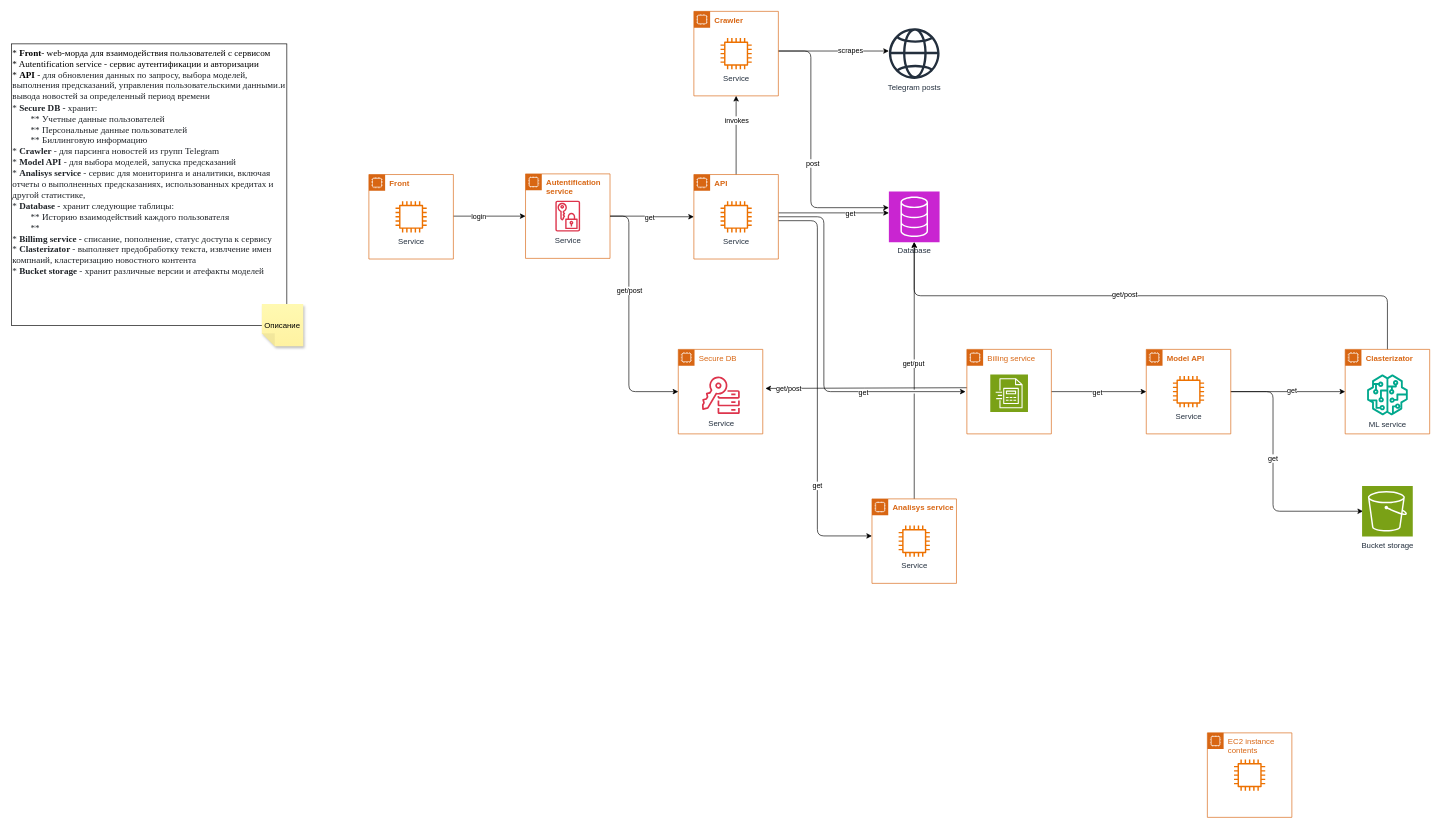
Before: docs/Architecture.drawio in datanalist/company-clasterization, a draw.io diagram. Source tidied: cells renumbered, new cells numbered last; positions are measured from the earlier drawing's top-left corner, leaving out a move shared by most shapes. Both pictures are drawn from the tidied source at 65%, with x=0, y=0 at pixel (11, 11).
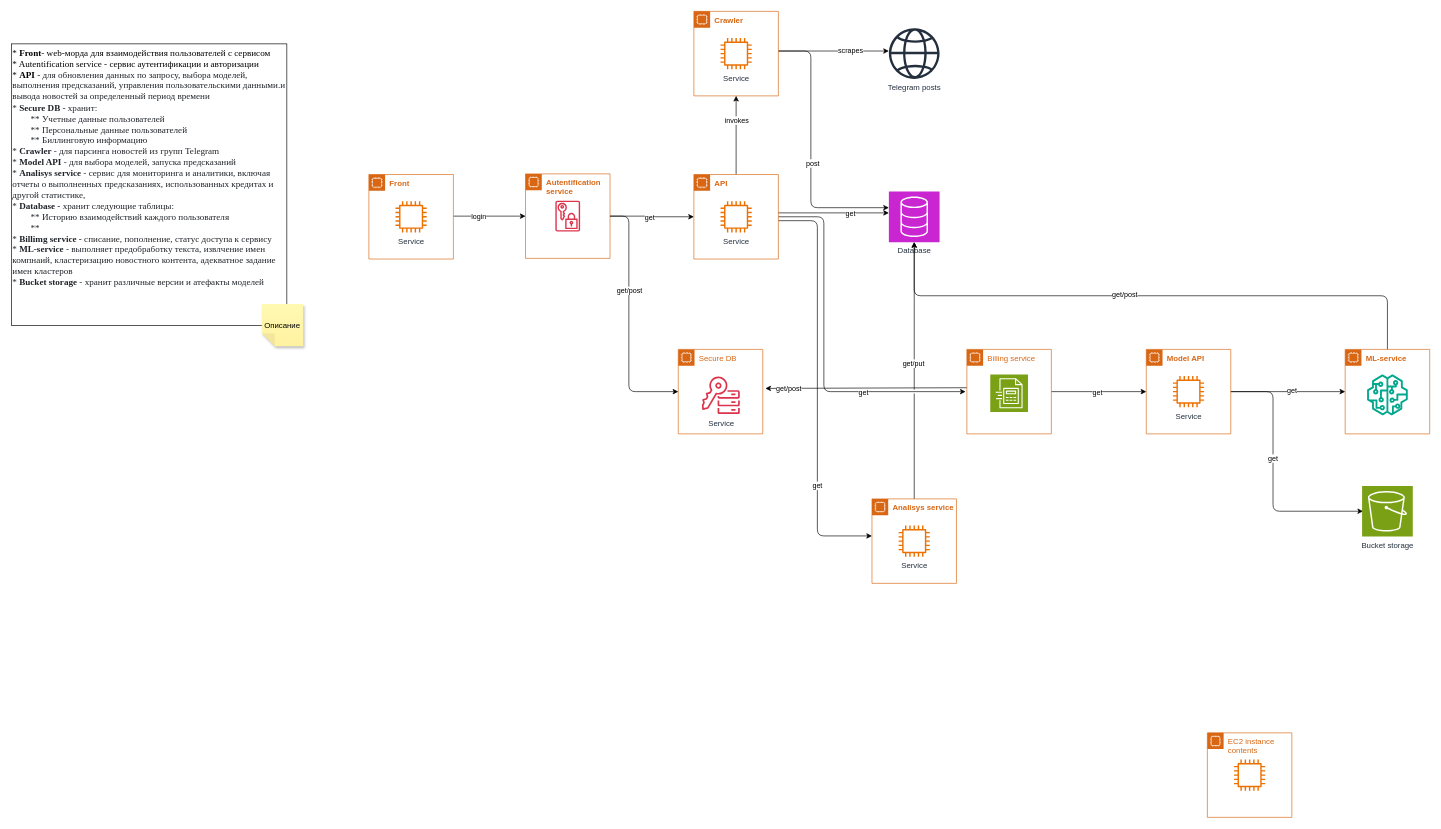
After the change.

Unchanged cells that the change refers to:
```xml
<mxCell id="32" style="group;" parent="1" vertex="1">
  <mxGeometry x="791" y="250" width="130" height="130" as="geometry" />
</mxCell>
<mxCell id="45" style="group;" parent="1" vertex="1">
  <mxGeometry y="50" width="449" height="475" as="geometry" />
</mxCell>
```

What changed in the source:
```diff
@@
-    <mxCell id="14" value="&lt;b&gt;Clasterizator&lt;/b&gt;" style="points=[[0,0],[0.25,0],[0.5,0],[0.75,0],[1,0],[1,0.25],[1,0.5],[1,0.75],[1,1],[0.75,1],[0.5,1],[0.25,1],[0,1],[0,0.75],[0,0.5],[0,0.25]];outlineConnect=0;gradientColor=none;html=1;whiteSpace=wrap;fontSize=12;fontStyle=0;shape=mxgraph.aws4.group;grIcon=mxgraph.aws4.group_ec2_instance_contents;strokeColor=#D86613;fillColor=none;verticalAlign=top;align=left;spacingLeft=30;fontColor=#D86613;dashed=0;" parent="1" vertex="1">
+    <mxCell id="14" value="&lt;b&gt;ML-service&lt;/b&gt;" style="points=[[0,0],[0.25,0],[0.5,0],[0.75,0],[1,0],[1,0.25],[1,0.5],[1,0.75],[1,1],[0.75,1],[0.5,1],[0.25,1],[0,1],[0,0.75],[0,0.5],[0,0.25]];outlineConnect=0;gradientColor=none;html=1;whiteSpace=wrap;fontSize=12;fontStyle=0;shape=mxgraph.aws4.group;grIcon=mxgraph.aws4.group_ec2_instance_contents;strokeColor=#D86613;fillColor=none;verticalAlign=top;align=left;spacingLeft=30;fontColor=#D86613;dashed=0;" parent="1" vertex="1">
       <mxGeometry x="2052" y="520" width="130" height="130" as="geometry" />
     </mxCell>
-    <mxCell id="15" value="ML service" style="sketch=0;fontColor=#232F3E;gradientColor=none;fillColor=#01A88D;strokeColor=none;dashed=0;verticalLabelPosition=bottom;verticalAlign=top;align=center;html=1;fontSize=12;fontStyle=0;shape=mxgraph.aws4.sagemaker_model;" parent="14" vertex="1">
+    <mxCell id="15" style="sketch=0;fontColor=#232F3E;gradientColor=none;fillColor=#01A88D;strokeColor=none;dashed=0;verticalLabelPosition=bottom;verticalAlign=top;align=center;html=1;fontSize=12;fontStyle=0;shape=mxgraph.aws4.sagemaker_model;" parent="14" vertex="1">
       <mxGeometry x="33.5" y="38.5" width="63" height="63" as="geometry" />
     </mxCell>
@@
-    <mxCell id="33" value="Service" style="sketch=0;fontColor=#232F3E;gradientColor=none;fillColor=#DD344C;strokeColor=none;dashed=0;verticalLabelPosition=bottom;verticalAlign=top;align=center;html=1;fontSize=12;fontStyle=0;shape=mxgraph.aws4.data_encryption_key;" parent="32" vertex="1">
+    <mxCell id="33" style="sketch=0;fontColor=#232F3E;gradientColor=none;fillColor=#DD344C;strokeColor=none;dashed=0;verticalLabelPosition=bottom;verticalAlign=top;align=center;html=1;fontSize=12;fontStyle=0;shape=mxgraph.aws4.data_encryption_key;" parent="32" vertex="1">
       <mxGeometry x="45.9" y="41" width="38.1" height="48" as="geometry" />
     </mxCell>
@@
-    <mxCell id="46" value="&lt;font face=&quot;Times New Roman&quot; style=&quot;font-size: 14px;&quot;&gt;*&lt;b style=&quot;&quot;&gt; Front&lt;/b&gt;- web-морда для взаимодействия пользователей с сервисом&lt;/font&gt;&lt;div&gt;&lt;font face=&quot;Times New Roman&quot; style=&quot;font-size: 14px;&quot;&gt;* Autentification service - сервис аутентификации и авторизации&lt;br&gt;* &lt;b&gt;API &lt;/b&gt;-&amp;nbsp;&lt;span style=&quot;background-color: rgb(255, 255, 255); color: rgb(31, 35, 40);&quot;&gt;для обновления данных по запросу, выбора моделей, выполнения предсказаний, управления пользовательскими данными.и вывода новостей за определенный период времени&lt;/span&gt;&lt;/font&gt;&lt;/div&gt;&lt;div&gt;&lt;font face=&quot;Times New Roman&quot; style=&quot;font-size: 14px;&quot;&gt;&lt;span style=&quot;background-color: rgb(255, 255, 255); color: rgb(31, 35, 40);&quot;&gt;* &lt;b&gt;Secure DB - &lt;/b&gt;хранит:&lt;br&gt;&lt;span style=&quot;white-space: pre;&quot;&gt;&#9;&lt;/span&gt;** Учетные данные пользователей&lt;br&gt;&lt;span style=&quot;white-space: pre;&quot;&gt;&#9;&lt;/span&gt;**&amp;nbsp;&lt;/span&gt;&lt;span style=&quot;background-color: rgb(255, 255, 255); color: rgb(31, 35, 40);&quot;&gt;Персональные данные пользователей&lt;/span&gt;&lt;span style=&quot;background-color: rgb(255, 255, 255); color: rgb(31, 35, 40);&quot;&gt;&lt;br&gt;&lt;/span&gt;&lt;/font&gt;&lt;/div&gt;&lt;div&gt;&lt;span style=&quot;background-color: rgb(255, 255, 255); color: rgb(31, 35, 40);&quot;&gt;&lt;font face=&quot;Times New Roman&quot; style=&quot;font-size: 14px;&quot;&gt;&lt;span style=&quot;white-space: pre;&quot;&gt;&#9;&lt;/span&gt;** Биллинговую информацию&lt;br&gt;&lt;/font&gt;&lt;/span&gt;&lt;/div&gt;&lt;div&gt;&lt;span style=&quot;background-color: rgb(255, 255, 255); color: rgb(31, 35, 40);&quot;&gt;&lt;font face=&quot;Times New Roman&quot; style=&quot;font-size: 14px;&quot;&gt;* &lt;b&gt;Crawler &lt;/b&gt;- для парсинга новостей из групп Telegram&lt;/font&gt;&lt;/span&gt;&lt;/div&gt;&lt;div&gt;&lt;span style=&quot;background-color: rgb(255, 255, 255); color: rgb(31, 35, 40);&quot;&gt;&lt;font face=&quot;Times New Roman&quot; style=&quot;font-size: 14px;&quot;&gt;*&lt;b&gt; Model API&lt;/b&gt; - для выбора моделей, запуска предсказаний&lt;/font&gt;&lt;/span&gt;&lt;/div&gt;&lt;div&gt;&lt;span style=&quot;background-color: rgb(255, 255, 255); color: rgb(31, 35, 40);&quot;&gt;&lt;font face=&quot;Times New Roman&quot; style=&quot;font-size: 14px;&quot;&gt;* &lt;b&gt;Analisys service&lt;/b&gt; - сервис для&amp;nbsp;&lt;font&gt;мониторинга и аналитики, включая отчеты о выполненных предсказаниях, использованных кредитах и другой статистике,&amp;nbsp;&lt;/font&gt;&lt;/font&gt;&lt;/span&gt;&lt;/div&gt;&lt;div&gt;&lt;span style=&quot;background-color: rgb(255, 255, 255); color: rgb(31, 35, 40);&quot;&gt;&lt;font face=&quot;Times New Roman&quot; style=&quot;font-size: 14px;&quot;&gt;* &lt;b&gt;Database - &lt;/b&gt;хранит следующие таблицы:&lt;br&gt;&lt;span style=&quot;white-space: pre;&quot;&gt;&#9;&lt;/span&gt;** Историю взаимодействий каждого пользователя&lt;br&gt;&lt;/font&gt;&lt;/span&gt;&lt;/div&gt;&lt;div&gt;&lt;span style=&quot;background-color: rgb(255, 255, 255); color: rgb(31, 35, 40);&quot;&gt;&lt;font face=&quot;Times New Roman&quot; style=&quot;font-size: 14px;&quot;&gt;&lt;span style=&quot;white-space: pre;&quot;&gt;&#9;&lt;/span&gt;**&lt;br&gt;&lt;/font&gt;&lt;/span&gt;&lt;/div&gt;&lt;div&gt;&lt;span style=&quot;background-color: rgb(255, 255, 255); color: rgb(31, 35, 40);&quot;&gt;&lt;font style=&quot;&quot;&gt;&lt;font face=&quot;Times New Roman&quot; style=&quot;font-size: 14px;&quot;&gt;* &lt;font style=&quot;font-weight: bold;&quot;&gt;Billimg service -&lt;/font&gt;&lt;b&gt;&amp;nbsp;&lt;/b&gt;списание, пополнение, статус доступа к сервису&lt;/font&gt;&lt;/font&gt;&lt;/span&gt;&lt;/div&gt;&lt;div&gt;&lt;font face=&quot;Times New Roman&quot; color=&quot;#1f2328&quot;&gt;&lt;span style=&quot;font-size: 14px; background-color: rgb(255, 255, 255);&quot;&gt;* &lt;b&gt;Clasterizator &lt;/b&gt;- выполняет предобработку текста, извлчение имен компнаий, кластеризацию новостного контента&lt;/span&gt;&lt;/font&gt;&lt;/div&gt;&lt;div&gt;&lt;font face=&quot;Times New Roman&quot; color=&quot;#1f2328&quot;&gt;&lt;span style=&quot;font-size: 14px; background-color: rgb(255, 255, 255);&quot;&gt;* &lt;b&gt;Bucket storage&lt;/b&gt; - хранит различные версии и атефакты моделей&lt;/span&gt;&lt;/font&gt;&lt;/div&gt;" style="whiteSpace=wrap;html=1;align=left;labelPosition=center;verticalLabelPosition=middle;verticalAlign=top;" parent="45" vertex="1">
+    <mxCell id="46" value="&lt;font face=&quot;Times New Roman&quot; style=&quot;font-size: 14px;&quot;&gt;*&lt;b style=&quot;&quot;&gt; Front&lt;/b&gt;- web-морда для взаимодействия пользователей с сервисом&lt;/font&gt;&lt;div&gt;&lt;font face=&quot;Times New Roman&quot; style=&quot;font-size: 14px;&quot;&gt;* Autentification service - сервис аутентификации и авторизации&lt;br&gt;* &lt;b&gt;API &lt;/b&gt;-&amp;nbsp;&lt;span style=&quot;background-color: rgb(255, 255, 255); color: rgb(31, 35, 40);&quot;&gt;для обновления данных по запросу, выбора моделей, выполнения предсказаний, управления пользовательскими данными.и вывода новостей за определенный период времени&lt;/span&gt;&lt;/font&gt;&lt;/div&gt;&lt;div&gt;&lt;font face=&quot;Times New Roman&quot; style=&quot;font-size: 14px;&quot;&gt;&lt;span style=&quot;background-color: rgb(255, 255, 255); color: rgb(31, 35, 40);&quot;&gt;* &lt;b&gt;Secure DB - &lt;/b&gt;хранит:&lt;br&gt;&lt;span style=&quot;white-space: pre;&quot;&gt;&#9;&lt;/span&gt;** Учетные данные пользователей&lt;br&gt;&lt;span style=&quot;white-space: pre;&quot;&gt;&#9;&lt;/span&gt;**&amp;nbsp;&lt;/span&gt;&lt;span style=&quot;background-color: rgb(255, 255, 255); color: rgb(31, 35, 40);&quot;&gt;Персональные данные пользователей&lt;/span&gt;&lt;span style=&quot;background-color: rgb(255, 255, 255); color: rgb(31, 35, 40);&quot;&gt;&lt;br&gt;&lt;/span&gt;&lt;/font&gt;&lt;/div&gt;&lt;div&gt;&lt;span style=&quot;background-color: rgb(255, 255, 255); color: rgb(31, 35, 40);&quot;&gt;&lt;font face=&quot;Times New Roman&quot; style=&quot;font-size: 14px;&quot;&gt;&lt;span style=&quot;white-space: pre;&quot;&gt;&#9;&lt;/span&gt;** Биллинговую информацию&lt;br&gt;&lt;/font&gt;&lt;/span&gt;&lt;/div&gt;&lt;div&gt;&lt;span style=&quot;background-color: rgb(255, 255, 255); color: rgb(31, 35, 40);&quot;&gt;&lt;font face=&quot;Times New Roman&quot; style=&quot;font-size: 14px;&quot;&gt;* &lt;b&gt;Crawler &lt;/b&gt;- для парсинга новостей из групп Telegram&lt;/font&gt;&lt;/span&gt;&lt;/div&gt;&lt;div&gt;&lt;span style=&quot;background-color: rgb(255, 255, 255); color: rgb(31, 35, 40);&quot;&gt;&lt;font face=&quot;Times New Roman&quot; style=&quot;font-size: 14px;&quot;&gt;*&lt;b&gt; Model API&lt;/b&gt; - для выбора моделей, запуска предсказаний&lt;/font&gt;&lt;/span&gt;&lt;/div&gt;&lt;div&gt;&lt;span style=&quot;background-color: rgb(255, 255, 255); color: rgb(31, 35, 40);&quot;&gt;&lt;font face=&quot;Times New Roman&quot; style=&quot;font-size: 14px;&quot;&gt;* &lt;b&gt;Analisys service&lt;/b&gt; - сервис для&amp;nbsp;&lt;font&gt;мониторинга и аналитики, включая отчеты о выполненных предсказаниях, использованных кредитах и другой статистике,&amp;nbsp;&lt;/font&gt;&lt;/font&gt;&lt;/span&gt;&lt;/div&gt;&lt;div&gt;&lt;span style=&quot;background-color: rgb(255, 255, 255); color: rgb(31, 35, 40);&quot;&gt;&lt;font face=&quot;Times New Roman&quot; style=&quot;font-size: 14px;&quot;&gt;* &lt;b&gt;Database - &lt;/b&gt;хранит следующие таблицы:&lt;br&gt;&lt;span style=&quot;white-space: pre;&quot;&gt;&#9;&lt;/span&gt;** Историю взаимодействий каждого пользователя&lt;br&gt;&lt;/font&gt;&lt;/span&gt;&lt;/div&gt;&lt;div&gt;&lt;span style=&quot;background-color: rgb(255, 255, 255); color: rgb(31, 35, 40);&quot;&gt;&lt;font face=&quot;Times New Roman&quot; style=&quot;font-size: 14px;&quot;&gt;&lt;span style=&quot;white-space: pre;&quot;&gt;&#9;&lt;/span&gt;**&lt;br&gt;&lt;/font&gt;&lt;/span&gt;&lt;/div&gt;&lt;div&gt;&lt;span style=&quot;background-color: rgb(255, 255, 255); color: rgb(31, 35, 40);&quot;&gt;&lt;font style=&quot;&quot;&gt;&lt;font face=&quot;Times New Roman&quot; style=&quot;font-size: 14px;&quot;&gt;* &lt;font style=&quot;font-weight: bold;&quot;&gt;Billimg service -&lt;/font&gt;&lt;b&gt;&amp;nbsp;&lt;/b&gt;списание, пополнение, статус доступа к сервису&lt;/font&gt;&lt;/font&gt;&lt;/span&gt;&lt;/div&gt;&lt;div&gt;&lt;font face=&quot;Times New Roman&quot; color=&quot;#1f2328&quot;&gt;&lt;span style=&quot;font-size: 14px; background-color: rgb(255, 255, 255);&quot;&gt;* &lt;b&gt;ML-service&amp;nbsp;&lt;/b&gt;- выполняет предобработку текста, извлчение имен компнаий, кластеризацию новостного контента, адекватное задание имен кластеров&lt;/span&gt;&lt;/font&gt;&lt;/div&gt;&lt;div&gt;&lt;font face=&quot;Times New Roman&quot; color=&quot;#1f2328&quot;&gt;&lt;span style=&quot;font-size: 14px; background-color: rgb(255, 255, 255);&quot;&gt;* &lt;b&gt;Bucket storage&lt;/b&gt; - хранит различные версии и атефакты моделей&lt;/span&gt;&lt;/font&gt;&lt;/div&gt;" style="whiteSpace=wrap;html=1;align=left;labelPosition=center;verticalLabelPosition=middle;verticalAlign=top;" parent="45" vertex="1">
       <mxGeometry width="423.8" height="433.3" as="geometry" />
     </mxCell>
```
